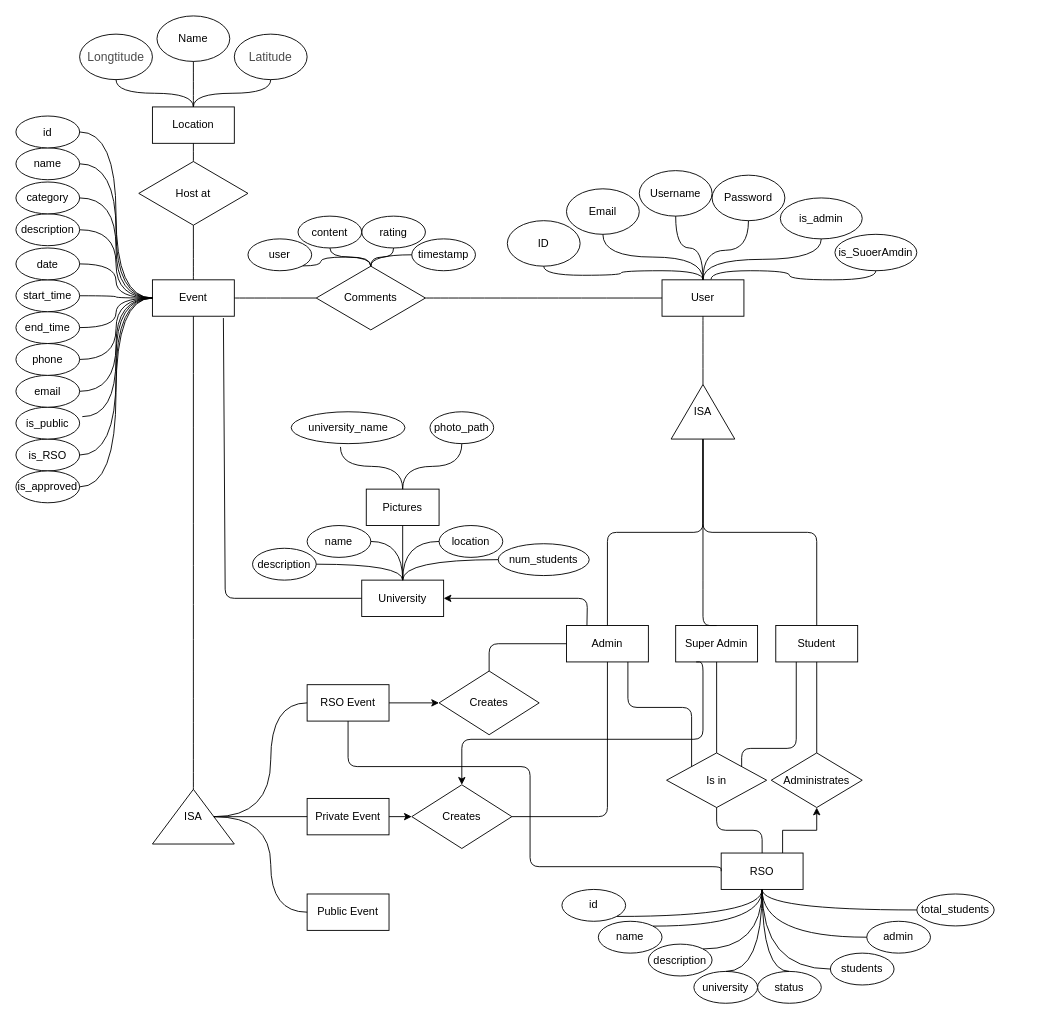
Before: Untitled Diagram.drawio in yao1999/College-Event-Website, a draw.io diagram. Source tidied: cells renumbered, new cells numbered last; positions are measured from the earlier drawing's top-left corner, leaving out a move shared by most shapes. Both pictures are drawn from the tidied source at 91%, with x=0, y=0 at pixel (15, 15).
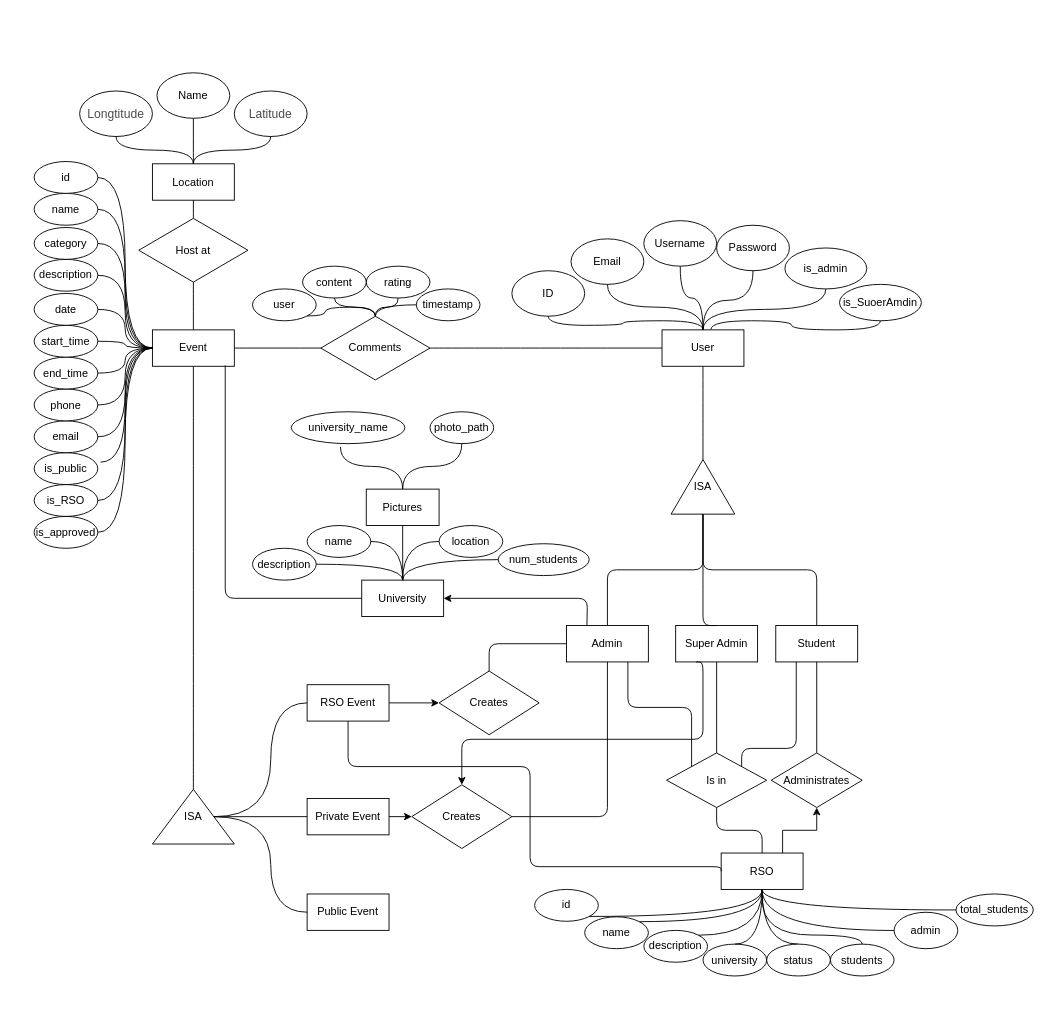
The same page after the edit.

The change refers to these unchanged cells:
```xml
<mxCell id="13" value="RSO" style="rounded=0;whiteSpace=wrap;html=1;" parent="1" vertex="1">
  <mxGeometry x="775" y="919.9" width="90" height="40" as="geometry" />
</mxCell>
<mxCell id="14" value="University" style="rounded=0;whiteSpace=wrap;html=1;" parent="1" vertex="1">
  <mxGeometry x="380" y="620" width="90" height="40" as="geometry" />
</mxCell>
```

What changed in the source:
```diff
@@
     <mxCell id="2" value="Location" style="rounded=0;whiteSpace=wrap;html=1;" parent="1" vertex="1">
-      <mxGeometry x="150" y="100" width="90" height="40" as="geometry" />
+      <mxGeometry x="150" y="162.5" width="90" height="40" as="geometry" />
     </mxCell>
     <mxCell id="3" value="Event" style="rounded=0;whiteSpace=wrap;html=1;" parent="1" vertex="1">
-      <mxGeometry x="150" y="290" width="90" height="40" as="geometry" />
+      <mxGeometry x="150" y="345" width="90" height="40" as="geometry" />
     </mxCell>
@@
     <mxCell id="9" value="User" style="rounded=0;whiteSpace=wrap;html=1;" parent="1" vertex="1">
-      <mxGeometry x="710" y="290" width="90" height="40" as="geometry" />
+      <mxGeometry x="710" y="345" width="90" height="40" as="geometry" />
     </mxCell>
@@
     <mxCell id="16" value="ISA" style="triangle;whiteSpace=wrap;html=1;direction=north;" parent="1" vertex="1">
-      <mxGeometry x="720" y="405" width="70" height="60" as="geometry" />
+      <mxGeometry x="720" y="487.5" width="70" height="60" as="geometry" />
     </mxCell>
     <mxCell id="17" value="Host at" style="rhombus;whiteSpace=wrap;html=1;" parent="1" vertex="1">
-      <mxGeometry x="135" y="160" width="120" height="70" as="geometry" />
+      <mxGeometry x="135" y="222.5" width="120" height="70" as="geometry" />
     </mxCell>
     <mxCell id="18" value="Comments" style="rhombus;whiteSpace=wrap;html=1;" parent="1" vertex="1">
-      <mxGeometry x="330" y="275" width="120" height="70" as="geometry" />
+      <mxGeometry x="335" y="330" width="120" height="70" as="geometry" />
     </mxCell>
@@
     <mxCell id="23" value="&lt;span style=&quot;font-family: &amp;#34;noto_regular&amp;#34; ; color: rgb(75 , 75 , 75) ; font-size: 10pt&quot;&gt;Longtitude&lt;/span&gt;" style="ellipse;whiteSpace=wrap;html=1;" parent="1" vertex="1">
-      <mxGeometry x="70" y="20" width="80" height="50" as="geometry" />
+      <mxGeometry x="70" y="82.5" width="80" height="50" as="geometry" />
     </mxCell>
     <mxCell id="24" value="&lt;span style=&quot;font-family: &amp;#34;noto_regular&amp;#34; ; color: rgb(75 , 75 , 75) ; font-size: 10pt&quot;&gt;Latitude&lt;/span&gt;" style="ellipse;whiteSpace=wrap;html=1;" parent="1" vertex="1">
-      <mxGeometry x="240" y="20" width="80" height="50" as="geometry" />
+      <mxGeometry x="240" y="82.5" width="80" height="50" as="geometry" />
     </mxCell>
     <mxCell id="25" value="Email" style="ellipse;whiteSpace=wrap;html=1;" parent="1" vertex="1">
-      <mxGeometry x="605" y="190" width="80" height="50" as="geometry" />
+      <mxGeometry x="610" y="245" width="80" height="50" as="geometry" />
     </mxCell>
     <mxCell id="26" value="Username" style="ellipse;whiteSpace=wrap;html=1;" parent="1" vertex="1">
-      <mxGeometry x="685" y="170" width="80" height="50" as="geometry" />
+      <mxGeometry x="690" y="225" width="80" height="50" as="geometry" />
     </mxCell>
     <mxCell id="27" value="ID" style="ellipse;whiteSpace=wrap;html=1;" parent="1" vertex="1">
-      <mxGeometry x="540" y="225" width="80" height="50" as="geometry" />
+      <mxGeometry x="545" y="280" width="80" height="50" as="geometry" />
     </mxCell>
     <mxCell id="28" value="Name" style="ellipse;whiteSpace=wrap;html=1;" parent="1" vertex="1">
-      <mxGeometry x="155" width="80" height="50" as="geometry" />
+      <mxGeometry x="155" y="62.5" width="80" height="50" as="geometry" />
     </mxCell>
     <mxCell id="29" value="Password" style="ellipse;whiteSpace=wrap;html=1;" parent="1" vertex="1">
-      <mxGeometry x="765" y="175" width="80" height="50" as="geometry" />
+      <mxGeometry x="770" y="230" width="80" height="50" as="geometry" />
     </mxCell>
     <mxCell id="30" style="edgeStyle=orthogonalEdgeStyle;rounded=0;orthogonalLoop=1;jettySize=auto;html=1;exitX=0.5;exitY=1;exitDx=0;exitDy=0;" parent="1" edge="1">
       <mxGeometry relative="1" as="geometry">
-        <mxPoint x="60" y="242.5" as="sourcePoint" />
-        <mxPoint x="60" y="242.5" as="targetPoint" />
+        <mxPoint x="80" y="292.5" as="sourcePoint" />
+        <mxPoint x="80" y="292.5" as="targetPoint" />
       </mxGeometry>
     </mxCell>
@@
     <mxCell id="66" style="endArrow=none;html=1;entryX=0;entryY=0.5;entryDx=0;entryDy=0;" parent="1" edge="1" target="14">
       <mxGeometry relative="1" as="geometry">
-        <mxPoint x="228" y="332" as="sourcePoint" />
+        <mxPoint x="230" y="384" as="sourcePoint" />
         <Array as="points">
           <mxPoint x="230" y="640" />
         </Array>
       </mxGeometry>
     </mxCell>
     <mxCell id="67" value="is_admin" style="ellipse;whiteSpace=wrap;html=1;" parent="1" vertex="1">
-      <mxGeometry x="840" y="200" width="90" height="45" as="geometry" />
+      <mxGeometry x="845" y="255" width="90" height="45" as="geometry" />
     </mxCell>
     <mxCell id="68" value="is_SuoerAmdin" style="ellipse;whiteSpace=wrap;html=1;" parent="1" vertex="1">
-      <mxGeometry x="900" y="240" width="90" height="40" as="geometry" />
+      <mxGeometry x="905" y="295" width="90" height="40" as="geometry" />
     </mxCell>
@@
-    <mxCell id="72" value="status" style="ellipse;whiteSpace=wrap;html=1;" parent="1" vertex="1">
-      <mxGeometry x="815" y="1050" width="70" height="35" as="geometry" />
-    </mxCell>
@@
     <mxCell id="76" value="total_students" style="ellipse;whiteSpace=wrap;html=1;" parent="1" vertex="1">
-      <mxGeometry x="990" y="964.9" width="85" height="35.1" as="geometry" />
+      <mxGeometry x="1033" y="964.9" width="85" height="35.1" as="geometry" />
     </mxCell>
     <mxCell id="77" value="admin" style="ellipse;whiteSpace=wrap;html=1;" parent="1" vertex="1">
-      <mxGeometry x="935" y="994.9" width="70" height="35" as="geometry" />
+      <mxGeometry x="965" y="985" width="70" height="40" as="geometry" />
     </mxCell>
     <mxCell id="78" value="students" style="ellipse;whiteSpace=wrap;html=1;" parent="1" vertex="1">
-      <mxGeometry x="895" y="1029.9" width="70" height="35" as="geometry" />
+      <mxGeometry x="895" y="1020" width="70" height="35" as="geometry" />
     </mxCell>
     <mxCell id="79" value="university" style="ellipse;whiteSpace=wrap;html=1;" parent="1" vertex="1">
-      <mxGeometry x="745" y="1050" width="70" height="35" as="geometry" />
+      <mxGeometry x="755" y="1020" width="70" height="35" as="geometry" />
     </mxCell>
     <mxCell id="80" value="description" style="ellipse;whiteSpace=wrap;html=1;" parent="1" vertex="1">
-      <mxGeometry x="695" y="1020" width="70" height="35" as="geometry" />
+      <mxGeometry x="690" y="1004.9" width="70" height="35" as="geometry" />
     </mxCell>
     <mxCell id="81" value="name" style="ellipse;whiteSpace=wrap;html=1;" parent="1" vertex="1">
-      <mxGeometry x="640" y="994.9" width="70" height="35" as="geometry" />
+      <mxGeometry x="625" y="990" width="70" height="35" as="geometry" />
     </mxCell>
     <mxCell id="82" value="id" style="ellipse;whiteSpace=wrap;html=1;" parent="1" vertex="1">
-      <mxGeometry x="600" y="959.9" width="70" height="35" as="geometry" />
+      <mxGeometry x="570" y="959.9" width="70" height="35" as="geometry" />
     </mxCell>
@@
     <mxCell id="85" value="is_RSO" style="ellipse;whiteSpace=wrap;html=1;" parent="1" vertex="1">
-      <mxGeometry y="465" width="70" height="35" as="geometry" />
+      <mxGeometry x="20" y="515" width="70" height="35" as="geometry" />
     </mxCell>
     <mxCell id="86" value="is_public" style="ellipse;whiteSpace=wrap;html=1;" parent="1" vertex="1">
-      <mxGeometry y="430" width="70" height="35" as="geometry" />
+      <mxGeometry x="20" y="480" width="70" height="35" as="geometry" />
     </mxCell>
     <mxCell id="87" value="email" style="ellipse;whiteSpace=wrap;html=1;" parent="1" vertex="1">
-      <mxGeometry y="395" width="70" height="35" as="geometry" />
+      <mxGeometry x="20" y="445" width="70" height="35" as="geometry" />
     </mxCell>
     <mxCell id="88" value="phone" style="ellipse;whiteSpace=wrap;html=1;" parent="1" vertex="1">
-      <mxGeometry y="360" width="70" height="35" as="geometry" />
+      <mxGeometry x="20" y="410" width="70" height="35" as="geometry" />
     </mxCell>
     <mxCell id="89" value="end_time" style="ellipse;whiteSpace=wrap;html=1;" parent="1" vertex="1">
-      <mxGeometry y="325" width="70" height="35" as="geometry" />
+      <mxGeometry x="20" y="375" width="70" height="35" as="geometry" />
     </mxCell>
     <mxCell id="90" value="start_time" style="ellipse;whiteSpace=wrap;html=1;" parent="1" vertex="1">
-      <mxGeometry y="290" width="70" height="35" as="geometry" />
+      <mxGeometry x="20" y="340" width="70" height="35" as="geometry" />
     </mxCell>
     <mxCell id="91" value="date" style="ellipse;whiteSpace=wrap;html=1;" parent="1" vertex="1">
-      <mxGeometry y="255" width="70" height="35" as="geometry" />
+      <mxGeometry x="20" y="305" width="70" height="35" as="geometry" />
     </mxCell>
     <mxCell id="92" value="description" style="ellipse;whiteSpace=wrap;html=1;" parent="1" vertex="1">
-      <mxGeometry y="217.5" width="70" height="35" as="geometry" />
+      <mxGeometry x="20" y="267.5" width="70" height="35" as="geometry" />
     </mxCell>
     <mxCell id="93" value="category" style="ellipse;whiteSpace=wrap;html=1;" parent="1" vertex="1">
-      <mxGeometry y="182.5" width="70" height="35" as="geometry" />
+      <mxGeometry x="20" y="232.5" width="70" height="35" as="geometry" />
     </mxCell>
     <mxCell id="94" value="name" style="ellipse;whiteSpace=wrap;html=1;" parent="1" vertex="1">
-      <mxGeometry y="145" width="70" height="35" as="geometry" />
+      <mxGeometry x="20" y="195" width="70" height="35" as="geometry" />
     </mxCell>
     <mxCell id="95" value="id" style="ellipse;whiteSpace=wrap;html=1;" parent="1" vertex="1">
-      <mxGeometry y="110" width="70" height="35" as="geometry" />
+      <mxGeometry x="20" y="160" width="70" height="35" as="geometry" />
     </mxCell>
     <mxCell id="96" value="timestamp" style="ellipse;whiteSpace=wrap;html=1;" parent="1" vertex="1">
-      <mxGeometry x="435" y="245" width="70" height="35" as="geometry" />
+      <mxGeometry x="440" y="300" width="70" height="35" as="geometry" />
     </mxCell>
     <mxCell id="97" value="rating" style="ellipse;whiteSpace=wrap;html=1;" parent="1" vertex="1">
-      <mxGeometry x="380" y="220" width="70" height="35" as="geometry" />
+      <mxGeometry x="385" y="275" width="70" height="35" as="geometry" />
     </mxCell>
     <mxCell id="98" value="content" style="ellipse;whiteSpace=wrap;html=1;" parent="1" vertex="1">
-      <mxGeometry x="310" y="220" width="70" height="35" as="geometry" />
+      <mxGeometry x="315" y="275" width="70" height="35" as="geometry" />
     </mxCell>
     <mxCell id="99" value="user" style="ellipse;whiteSpace=wrap;html=1;" parent="1" vertex="1">
-      <mxGeometry x="255" y="245" width="70" height="35" as="geometry" />
+      <mxGeometry x="260" y="300" width="70" height="35" as="geometry" />
     </mxCell>
@@
     <mxCell id="101" value="is_approved" style="ellipse;whiteSpace=wrap;html=1;" parent="1" vertex="1">
-      <mxGeometry y="500" width="70" height="35" as="geometry" />
+      <mxGeometry x="20" y="550" width="70" height="35" as="geometry" />
     </mxCell>
@@
     <mxCell id="123" style="endArrow=none;html=1;edgeStyle=orthogonalEdgeStyle;curved=1;entryX=0.5;entryY=1;entryDx=0;entryDy=0;exitX=0.5;exitY=0;exitDx=0;exitDy=0;" parent="1" edge="1" source="72" target="13">
       <mxGeometry relative="1" as="geometry">
         <Array as="points">
-          <mxPoint x="820" y="1050" />
+          <mxPoint x="820" y="1020" />
         </Array>
       </mxGeometry>
     </mxCell>
-    <mxCell id="124" style="endArrow=none;html=1;edgeStyle=orthogonalEdgeStyle;curved=1;entryX=0.5;entryY=1;entryDx=0;entryDy=0;exitX=0.5;exitY=0;exitDx=0;exitDy=0;" parent="1" edge="1" source="79" target="13">
-      <mxGeometry relative="1" as="geometry">
-        <Array as="points">
-          <mxPoint x="820" y="1050" />
-        </Array>
-      </mxGeometry>
-    </mxCell>
@@
-    <mxCell id="128" style="endArrow=none;html=1;edgeStyle=orthogonalEdgeStyle;curved=1;exitX=0.5;exitY=1;exitDx=0;exitDy=0;entryX=0;entryY=0.5;entryDx=0;entryDy=0;" parent="1" edge="1" source="13" target="78">
-      <mxGeometry relative="1" as="geometry" />
-    </mxCell>
+    <mxCell id="72" value="status" style="ellipse;whiteSpace=wrap;html=1;" parent="1" vertex="1">
+      <mxGeometry x="825" y="1020" width="70" height="35" as="geometry" />
+    </mxCell>
+    <mxCell id="124" style="endArrow=none;html=1;exitX=0.5;exitY=0;exitDx=0;exitDy=0;entryX=0.5;entryY=1;entryDx=0;entryDy=0;edgeStyle=orthogonalEdgeStyle;curved=1;" parent="1" edge="1" source="79" target="13">
+      <mxGeometry relative="1" as="geometry">
+        <Array as="points">
+          <mxPoint x="820" y="1020" />
+        </Array>
+      </mxGeometry>
+    </mxCell>
+    <mxCell id="129" style="endArrow=none;html=1;entryX=0.5;entryY=0;entryDx=0;entryDy=0;edgeStyle=orthogonalEdgeStyle;curved=1;" parent="1" edge="1" target="78">
+      <mxGeometry relative="1" as="geometry">
+        <mxPoint x="820" y="970" as="sourcePoint" />
+        <Array as="points">
+          <mxPoint x="820" y="1010" />
+          <mxPoint x="930" y="1010" />
+        </Array>
+      </mxGeometry>
+    </mxCell>
```
